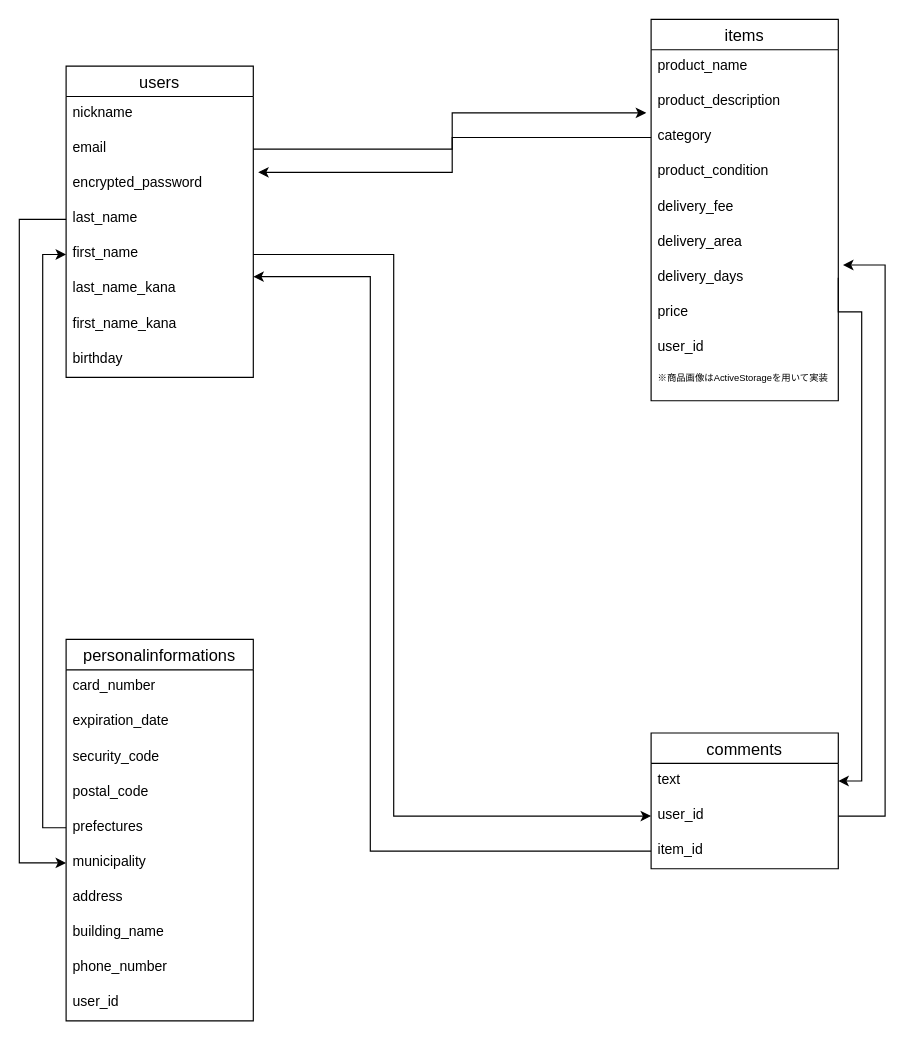
This is db_er.dio from yonblog/furima-34814, a draw.io file, before an edit. Source tidied: cells renumbered, new cells numbered last; positions are measured from the earlier drawing's top-left corner, leaving out a move shared by most shapes. Both pictures are drawn from the tidied source at 117%, with x=0, y=0 at pixel (19, 19).
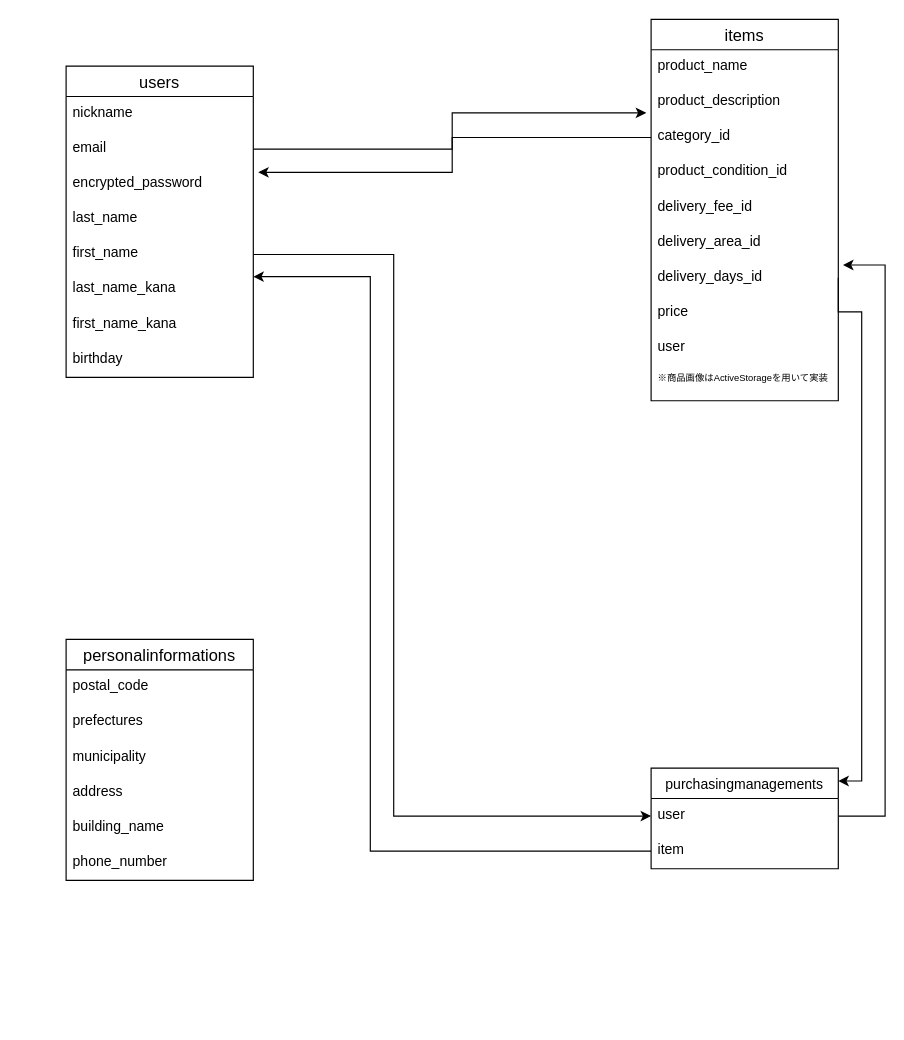
The same page after the edit.

Commit message (it also covers changes not shown here):
カラムの再修正

Unchanged cells that the change refers to:
```xml
<mxCell id="6" value="last_name" style="text;strokeColor=none;fillColor=none;spacingLeft=4;spacingRight=4;overflow=hidden;points=[[0,0.5],[1,0.5]];portConstraint=eastwest;fontSize=12;" parent="2" vertex="1">
  <mxGeometry y="116" width="160" height="30" as="geometry" />
</mxCell>
<mxCell id="7" value="first_name" style="text;strokeColor=none;fillColor=none;spacingLeft=4;spacingRight=4;overflow=hidden;points=[[0,0.5],[1,0.5]];portConstraint=eastwest;fontSize=12;" parent="2" vertex="1">
  <mxGeometry y="146" width="160" height="30" as="geometry" />
</mxCell>
<mxCell id="26" value="items" style="swimlane;fontStyle=0;horizontal=1;startSize=26;align=center;fontSize=14;" parent="1" vertex="1">
  <mxGeometry x="540" width="160" height="326" as="geometry" />
</mxCell>
```

Diff of the diagram source:
```diff
@@
     <mxCell id="11" value="personalinformations" style="swimlane;fontStyle=0;horizontal=1;startSize=26;align=center;fontSize=14;" parent="1" vertex="1">
-      <mxGeometry x="40" y="530" width="160" height="326" as="geometry" />
+      <mxGeometry x="40" y="530" width="160" height="206" as="geometry" />
     </mxCell>
-    <mxCell id="12" value="card_number" style="text;strokeColor=none;fillColor=none;spacingLeft=4;spacingRight=4;overflow=hidden;fontSize=12;" parent="11" vertex="1">
-      <mxGeometry y="26" width="160" height="30" as="geometry" />
-    </mxCell>
-    <mxCell id="13" value="expiration_date" style="text;strokeColor=none;fillColor=none;spacingLeft=4;spacingRight=4;overflow=hidden;fontSize=12;" parent="11" vertex="1">
-      <mxGeometry y="56" width="160" height="30" as="geometry" />
-    </mxCell>
-    <mxCell id="14" value="security_code" style="text;strokeColor=none;fillColor=none;spacingLeft=4;spacingRight=4;overflow=hidden;fontSize=12;" parent="11" vertex="1">
-      <mxGeometry y="86" width="160" height="30" as="geometry" />
-    </mxCell>
     <mxCell id="15" value="postal_code" style="text;strokeColor=none;fillColor=none;spacingLeft=4;spacingRight=4;overflow=hidden;fontSize=12;" parent="11" vertex="1">
-      <mxGeometry y="116" width="160" height="30" as="geometry" />
+      <mxGeometry y="26" width="160" height="30" as="geometry" />
     </mxCell>
     <mxCell id="16" value="prefectures" style="text;strokeColor=none;fillColor=none;spacingLeft=4;spacingRight=4;overflow=hidden;points=[[0,0.5],[1,0.5]];portConstraint=eastwest;fontSize=12;" parent="11" vertex="1">
-      <mxGeometry y="146" width="160" height="30" as="geometry" />
+      <mxGeometry y="56" width="160" height="30" as="geometry" />
     </mxCell>
     <mxCell id="17" value="municipality" style="text;strokeColor=none;fillColor=none;spacingLeft=4;spacingRight=4;overflow=hidden;points=[[0,0.5],[1,0.5]];portConstraint=eastwest;fontSize=12;" parent="11" vertex="1">
-      <mxGeometry y="176" width="160" height="30" as="geometry" />
+      <mxGeometry y="86" width="160" height="30" as="geometry" />
     </mxCell>
     <mxCell id="18" value="address" style="text;strokeColor=none;fillColor=none;spacingLeft=4;spacingRight=4;overflow=hidden;fontSize=12;" parent="11" vertex="1">
-      <mxGeometry y="206" width="160" height="30" as="geometry" />
+      <mxGeometry y="116" width="160" height="30" as="geometry" />
     </mxCell>
     <mxCell id="19" value="building_name" style="text;strokeColor=none;fillColor=none;spacingLeft=4;spacingRight=4;overflow=hidden;fontSize=12;" parent="11" vertex="1">
-      <mxGeometry y="236" width="160" height="30" as="geometry" />
+      <mxGeometry y="146" width="160" height="30" as="geometry" />
     </mxCell>
     <mxCell id="20" value="phone_number" style="text;strokeColor=none;fillColor=none;spacingLeft=4;spacingRight=4;overflow=hidden;fontSize=12;" parent="11" vertex="1">
-      <mxGeometry y="266" width="160" height="30" as="geometry" />
+      <mxGeometry y="176" width="160" height="30" as="geometry" />
     </mxCell>
-    <mxCell id="21" value="user_id" style="text;strokeColor=none;fillColor=none;spacingLeft=4;spacingRight=4;overflow=hidden;fontSize=12;" parent="11" vertex="1">
-      <mxGeometry y="296" width="160" height="30" as="geometry" />
-    </mxCell>
-    <mxCell id="22" value="comments" style="swimlane;fontStyle=0;horizontal=1;startSize=26;align=center;fontSize=14;" parent="1" vertex="1">
-      <mxGeometry x="540" y="610" width="160" height="116" as="geometry" />
+    <mxCell id="22" value="purchasingmanagements" style="swimlane;fontStyle=0;horizontal=1;startSize=26;align=center;fontSize=12;" parent="1" vertex="1">
+      <mxGeometry x="540" y="640" width="160" height="86" as="geometry" />
     </mxCell>
-    <mxCell id="23" value="text" style="text;strokeColor=none;fillColor=none;spacingLeft=4;spacingRight=4;overflow=hidden;points=[[0,0.5],[1,0.5]];portConstraint=eastwest;fontSize=12;" parent="22" vertex="1">
-      <mxGeometry y="26" width="160" height="30" as="geometry" />
-    </mxCell>
-    <mxCell id="24" value="user_id" style="text;strokeColor=none;fillColor=none;spacingLeft=4;spacingRight=4;overflow=hidden;points=[[0,0.5],[1,0.5]];portConstraint=eastwest;fontSize=12;" parent="22" vertex="1">
-      <mxGeometry y="56" width="160" height="30" as="geometry" />
+    <mxCell id="24" value="user" style="text;strokeColor=none;fillColor=none;spacingLeft=4;spacingRight=4;overflow=hidden;points=[[0,0.5],[1,0.5]];portConstraint=eastwest;fontSize=12;" parent="22" vertex="1">
+      <mxGeometry y="26" width="160" height="30" as="geometry" />
     </mxCell>
-    <mxCell id="25" value="item_id" style="text;strokeColor=none;fillColor=none;spacingLeft=4;spacingRight=4;overflow=hidden;points=[[0,0.5],[1,0.5]];portConstraint=eastwest;fontSize=12;" parent="22" vertex="1">
-      <mxGeometry y="86" width="160" height="30" as="geometry" />
+    <mxCell id="25" value="item" style="text;strokeColor=none;fillColor=none;spacingLeft=4;spacingRight=4;overflow=hidden;points=[[0,0.5],[1,0.5]];portConstraint=eastwest;fontSize=12;" parent="22" vertex="1">
+      <mxGeometry y="56" width="160" height="30" as="geometry" />
     </mxCell>
@@
-    <mxCell id="29" value="category" style="text;strokeColor=none;fillColor=none;spacingLeft=4;spacingRight=4;overflow=hidden;points=[[0,0.5],[1,0.5]];portConstraint=eastwest;fontSize=12;" parent="26" vertex="1">
+    <mxCell id="29" value="category_id" style="text;strokeColor=none;fillColor=none;spacingLeft=4;spacingRight=4;overflow=hidden;points=[[0,0.5],[1,0.5]];portConstraint=eastwest;fontSize=12;" parent="26" vertex="1">
       <mxGeometry y="86" width="160" height="30" as="geometry" />
     </mxCell>
-    <mxCell id="30" value="product_condition" style="text;strokeColor=none;fillColor=none;spacingLeft=4;spacingRight=4;overflow=hidden;fontSize=12;" parent="26" vertex="1">
+    <mxCell id="30" value="product_condition_id" style="text;strokeColor=none;fillColor=none;spacingLeft=4;spacingRight=4;overflow=hidden;fontSize=12;" parent="26" vertex="1">
       <mxGeometry y="116" width="160" height="30" as="geometry" />
     </mxCell>
-    <mxCell id="31" value="delivery_fee" style="text;strokeColor=none;fillColor=none;spacingLeft=4;spacingRight=4;overflow=hidden;fontSize=12;" parent="26" vertex="1">
+    <mxCell id="31" value="delivery_fee_id" style="text;strokeColor=none;fillColor=none;spacingLeft=4;spacingRight=4;overflow=hidden;fontSize=12;" parent="26" vertex="1">
       <mxGeometry y="146" width="160" height="30" as="geometry" />
     </mxCell>
-    <mxCell id="32" value="delivery_area" style="text;strokeColor=none;fillColor=none;spacingLeft=4;spacingRight=4;overflow=hidden;fontSize=12;" parent="26" vertex="1">
+    <mxCell id="32" value="delivery_area_id" style="text;strokeColor=none;fillColor=none;spacingLeft=4;spacingRight=4;overflow=hidden;fontSize=12;" parent="26" vertex="1">
       <mxGeometry y="176" width="160" height="30" as="geometry" />
     </mxCell>
-    <mxCell id="33" value="delivery_days" style="text;strokeColor=none;fillColor=none;spacingLeft=4;spacingRight=4;overflow=hidden;points=[[0,0.5],[1,0.5]];portConstraint=eastwest;fontSize=12;" parent="26" vertex="1">
+    <mxCell id="33" value="delivery_days_id" style="text;strokeColor=none;fillColor=none;spacingLeft=4;spacingRight=4;overflow=hidden;points=[[0,0.5],[1,0.5]];portConstraint=eastwest;fontSize=12;" parent="26" vertex="1">
       <mxGeometry y="206" width="160" height="30" as="geometry" />
     </mxCell>
@@
-    <mxCell id="35" value="user_id" style="text;strokeColor=none;fillColor=none;spacingLeft=4;spacingRight=4;overflow=hidden;fontSize=12;" parent="26" vertex="1">
+    <mxCell id="35" value="user" style="text;strokeColor=none;fillColor=none;spacingLeft=4;spacingRight=4;overflow=hidden;fontSize=12;" parent="26" vertex="1">
       <mxGeometry y="266" width="160" height="30" as="geometry" />
     </mxCell>
@@
-    <mxCell id="39" style="edgeStyle=orthogonalEdgeStyle;rounded=0;jettySize=auto;html=1;exitX=1;exitY=0.5;exitDx=0;exitDy=0;entryX=1;entryY=0.5;entryDx=0;entryDy=0;" parent="1" edge="1" source="33" target="23">
+    <mxCell id="39" style="edgeStyle=orthogonalEdgeStyle;rounded=0;jettySize=auto;html=1;exitX=1;exitY=0.5;exitDx=0;exitDy=0;entryX=1;entryY=0.5;entryDx=0;entryDy=0;" parent="1" edge="1" source="33">
       <mxGeometry relative="1" as="geometry">
+        <mxPoint x="700" y="651" as="targetPoint" />
         <Array as="points">
           <mxPoint x="700" y="250" />
           <mxPoint x="720" y="250" />
           <mxPoint x="720" y="651" />
         </Array>
       </mxGeometry>
     </mxCell>
-    <mxCell id="40" style="edgeStyle=orthogonalEdgeStyle;rounded=0;jettySize=auto;html=1;exitX=0;exitY=0.5;exitDx=0;exitDy=0;entryX=0;entryY=0.5;entryDx=0;entryDy=0;" parent="1" edge="1" source="16" target="7">
-      <mxGeometry relative="1" as="geometry" />
-    </mxCell>
@@
-    <mxCell id="42" style="edgeStyle=orthogonalEdgeStyle;rounded=0;jettySize=auto;html=1;exitX=0;exitY=0.5;exitDx=0;exitDy=0;entryX=0;entryY=0.5;entryDx=0;entryDy=0;" parent="1" edge="1" source="6" target="17">
-      <mxGeometry relative="1" as="geometry">
-        <Array as="points">
-          <mxPoint y="171" />
-          <mxPoint y="721" />
-        </Array>
-      </mxGeometry>
-    </mxCell>
```
